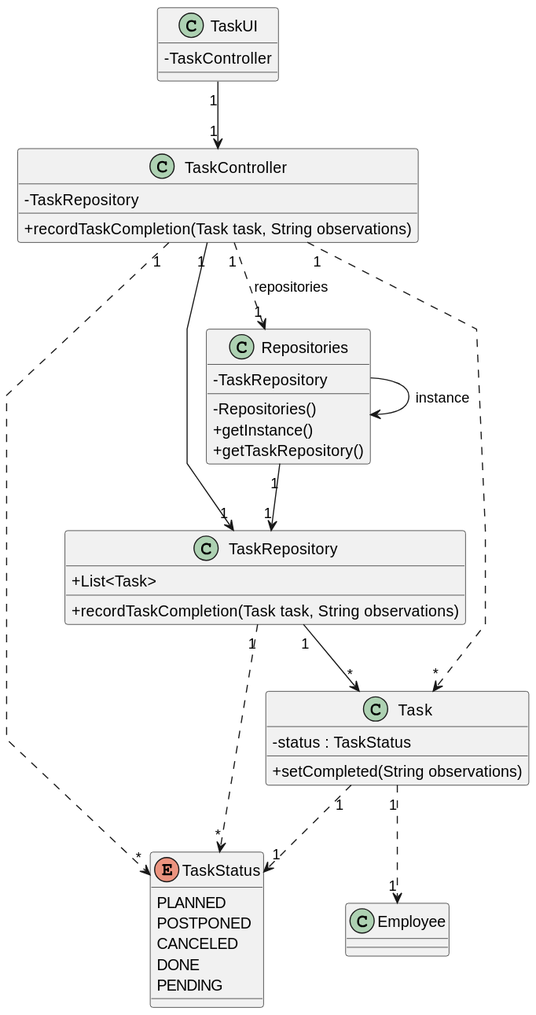
The PlantUML diagram docs/sprintC/US029/03.design/svg/us029-class-diagram.svg in LopemigueISEP/lei-24-s2-1nb-g312, before a commit.
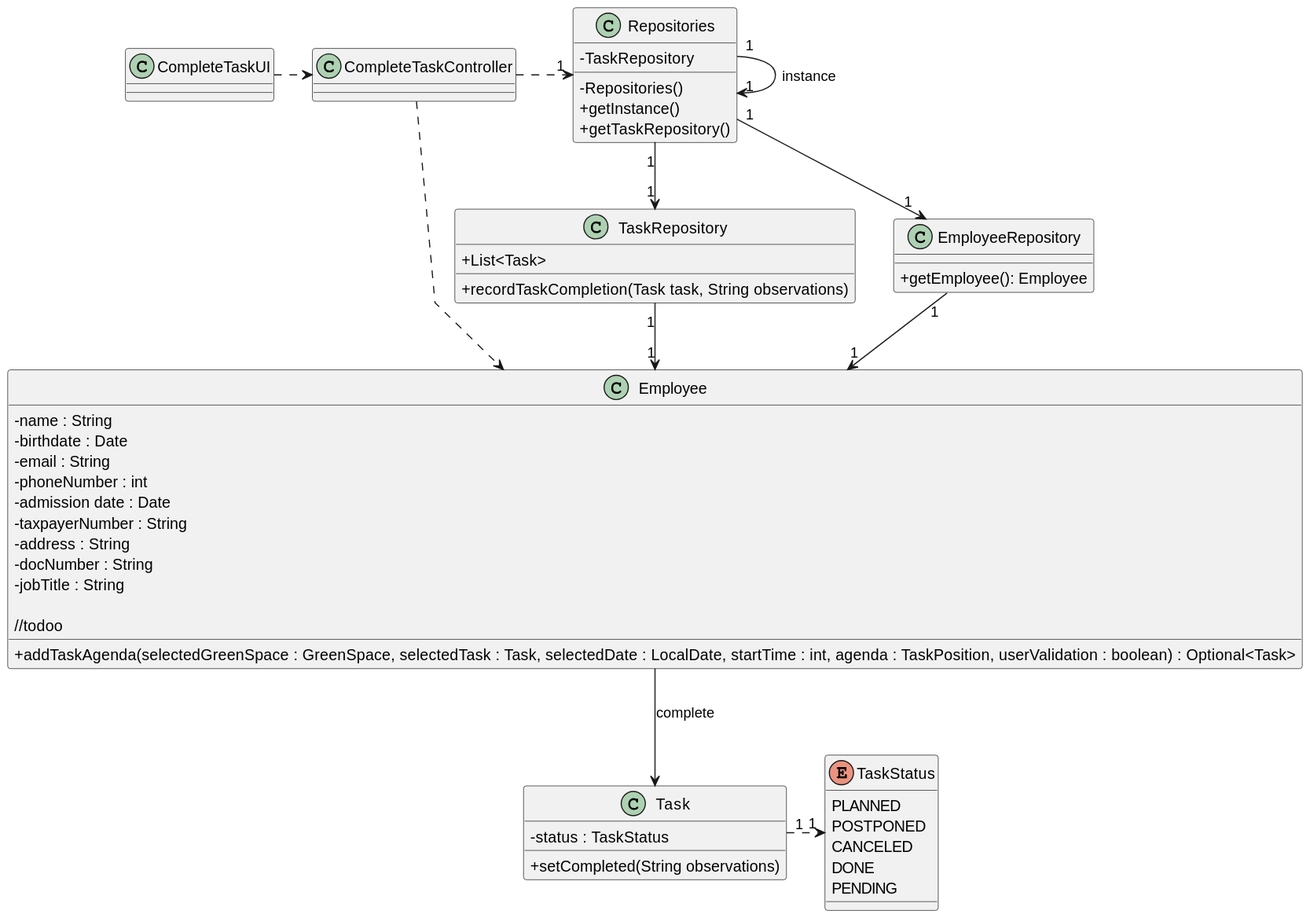
Later version of the same file.

The edit, as a diff of the source:
```diff
@@ -2,16 +2,15 @@
 skinparam packageStyle rectangle
 skinparam shadowing false
 skinparam linetype polyline
+
 skinparam classAttributeIconSize 0
 
+class CompleteTaskUI {
 
-class TaskUI {
-    -TaskController
 }
 
-class TaskController {
-    -TaskRepository
-    +recordTaskCompletion(Task task, String observations)
+class CompleteTaskController {
+
 }
 
 class Repositories {
@@ -24,6 +23,13 @@
 class TaskRepository {
     +List<Task>
     +recordTaskCompletion(Task task, String observations)
+}
+
+class EmployeeRepository{
+
+
++getEmployee(): Employee
+
 }
 
 class Task {
@@ -39,18 +45,36 @@
     PENDING
 }
 
-class Employee {
+class Employee{
+    -name : String
+    -birthdate : Date
+    -email : String
+    -phoneNumber : int
+    -admission date : Date
+    -taxpayerNumber : String
+    -address : String
+    -docNumber : String
+    -jobTitle : String
+
++ addTaskAgenda(selectedGreenSpace : GreenSpace, selectedTask : Task, selectedDate : LocalDate, startTime : int, agenda : TaskPosition, userValidation : boolean) : Optional<Task>
+//todoo
+
 }
 
-TaskUI "1" --> "1" TaskController
-TaskController "1" ..> "1" Repositories: repositories
-TaskController "1" --> "1" TaskRepository
-TaskController "1" ..> "*" Task
-TaskController "1" ..> "*" TaskStatus
-Repositories --> Repositories: instance
+CompleteTaskUI  .>  CompleteTaskController
+
+CompleteTaskController  .> "1" Repositories
+
+Repositories "1" --> "1" Repositories: instance
+Repositories "1" --> "1" EmployeeRepository
 Repositories "1" --> "1" TaskRepository
-TaskRepository "1" ..> "*" TaskStatus
-TaskRepository "1" --> "*" Task
-Task "1" ..> "1" TaskStatus
-Task "1" ..> "1" Employee
+
+CompleteTaskController ..> Employee
+
+EmployeeRepository "1" --> "1" Employee
+TaskRepository "1" --> "1" Employee
+
+Employee --> Task: complete
+
+Task "1" .> "1" TaskStatus
 @enduml
```
